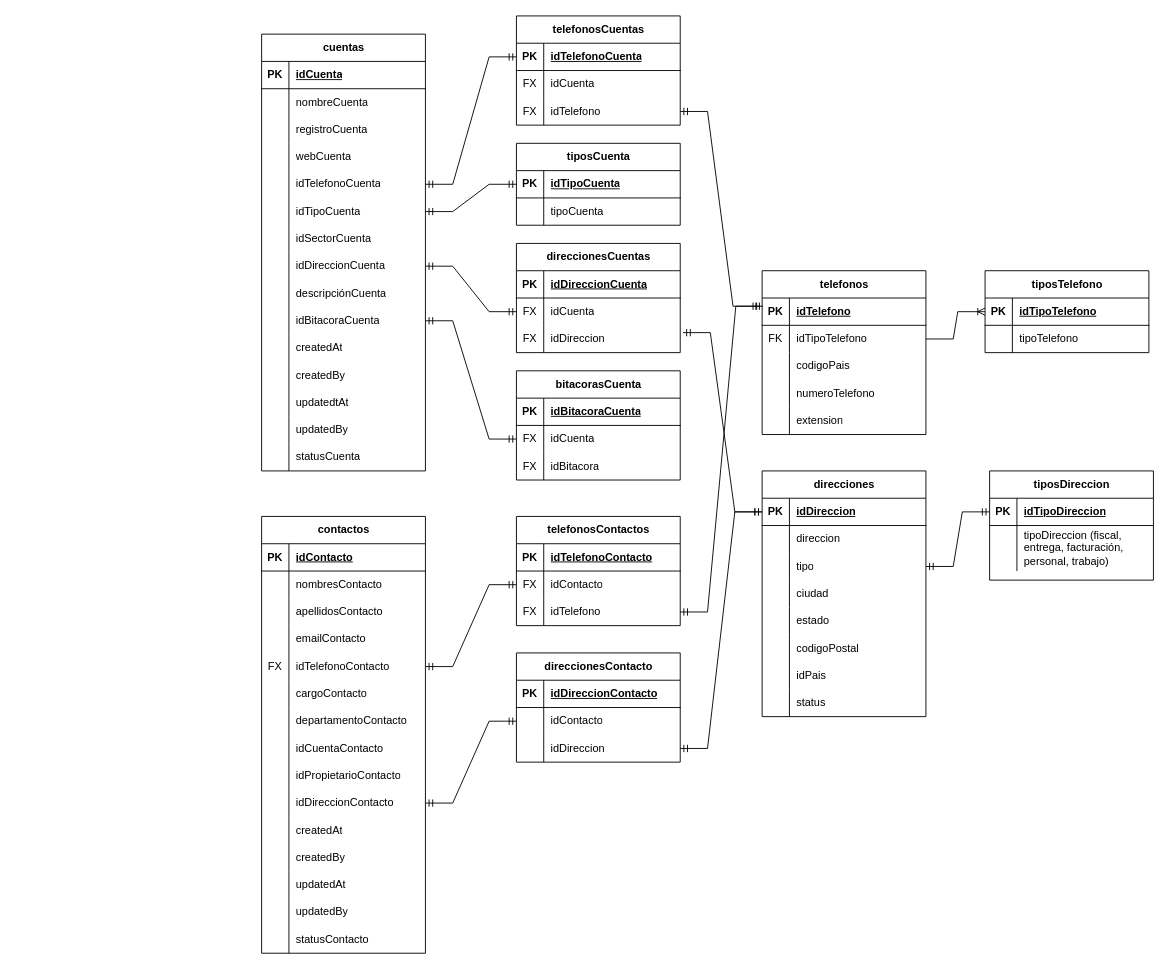
Above: bd people.drawio in ocpdata/BDPeople (draw.io), before the change. Source tidied: cells renumbered, new cells numbered last; positions are measured from the earlier drawing's top-left corner, leaving out a move shared by most shapes. Both pictures are drawn from the tidied source at 91%, with x=0, y=0 at pixel (261, 15).
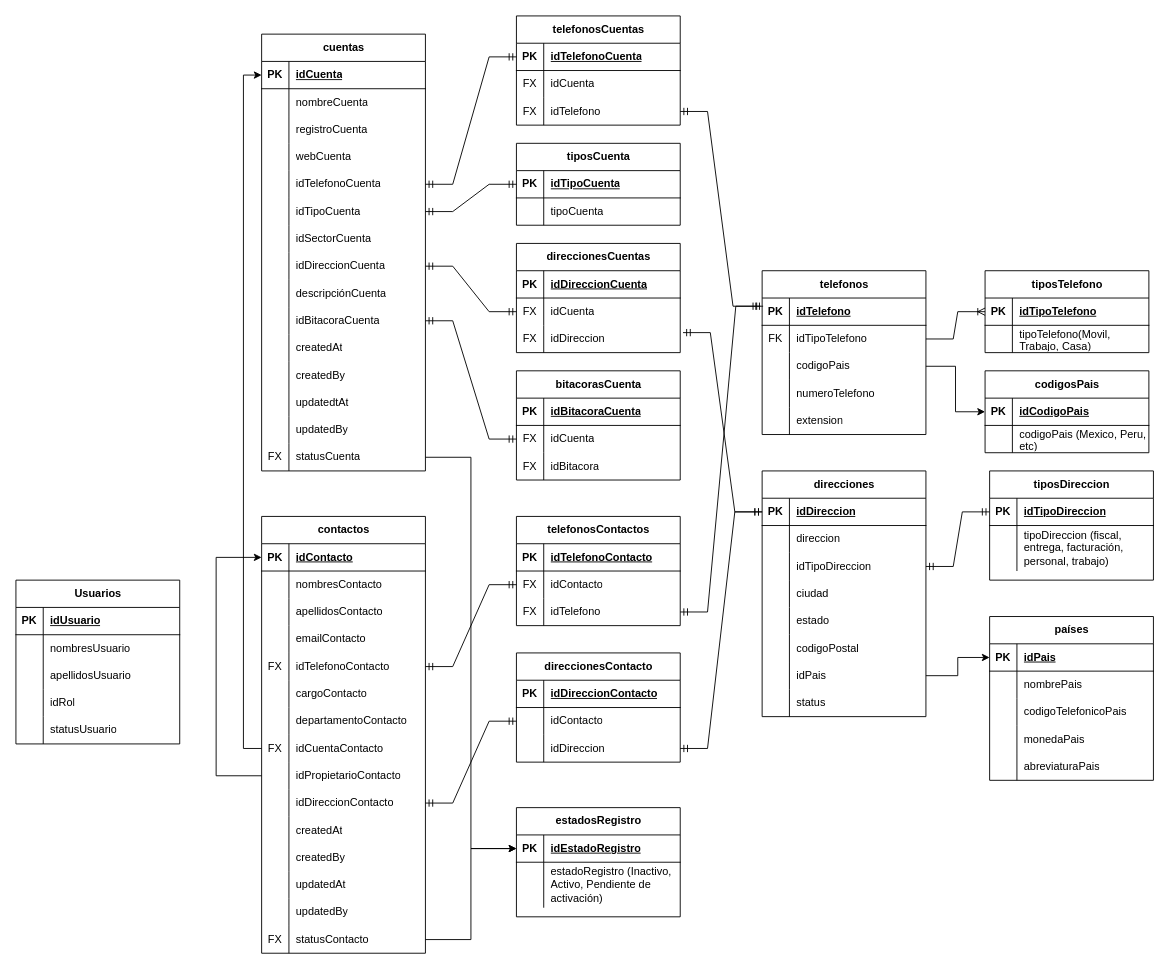
The same page after the edit.

Unchanged cells that the change refers to:
```xml
<mxCell id="3" style="shape=tableRow;horizontal=0;startSize=0;swimlaneHead=0;swimlaneBody=0;fillColor=none;points=[[0,0.5],[1,0.5]];portConstraint=eastwest;top=0;left=0;right=0;bottom=1;" parent="2" vertex="1">
  <mxGeometry y="30" width="180" height="30" as="geometry" />
</mxCell>
<mxCell id="45" style="shape=tableRow;horizontal=0;startSize=0;swimlaneHead=0;swimlaneBody=0;fillColor=none;points=[[0,0.5],[1,0.5]];portConstraint=eastwest;top=0;left=0;right=0;bottom=0;" parent="2" vertex="1">
  <mxGeometry y="450" width="180" height="30" as="geometry" />
</mxCell>
<mxCell id="49" style="shape=tableRow;horizontal=0;startSize=0;swimlaneHead=0;swimlaneBody=0;fillColor=none;points=[[0,0.5],[1,0.5]];portConstraint=eastwest;top=0;left=0;right=0;bottom=1;" parent="48" vertex="1">
  <mxGeometry y="30" width="180" height="30" as="geometry" />
</mxCell>
<mxCell id="70" style="shape=tableRow;horizontal=0;startSize=0;swimlaneHead=0;swimlaneBody=0;fillColor=none;points=[[0,0.5],[1,0.5]];portConstraint=eastwest;top=0;left=0;right=0;bottom=0;" parent="48" vertex="1">
  <mxGeometry y="240" width="180" height="30" as="geometry" />
</mxCell>
<mxCell id="73" style="shape=tableRow;horizontal=0;startSize=0;swimlaneHead=0;swimlaneBody=0;fillColor=none;points=[[0,0.5],[1,0.5]];portConstraint=eastwest;top=0;left=0;right=0;bottom=0;" parent="48" vertex="1">
  <mxGeometry y="270" width="180" height="30" as="geometry" />
</mxCell>
<mxCell id="91" style="shape=tableRow;horizontal=0;startSize=0;swimlaneHead=0;swimlaneBody=0;fillColor=none;points=[[0,0.5],[1,0.5]];portConstraint=eastwest;top=0;left=0;right=0;bottom=0;" parent="48" vertex="1">
  <mxGeometry y="450" width="180" height="30" as="geometry" />
</mxCell>
<mxCell id="101" style="shape=tableRow;horizontal=0;startSize=0;swimlaneHead=0;swimlaneBody=0;fillColor=none;points=[[0,0.5],[1,0.5]];portConstraint=eastwest;top=0;left=0;right=0;bottom=0;" parent="94" vertex="1">
  <mxGeometry y="90" width="180" height="30" as="geometry" />
</mxCell>
<mxCell id="113" style="shape=tableRow;horizontal=0;startSize=0;swimlaneHead=0;swimlaneBody=0;fillColor=none;points=[[0,0.5],[1,0.5]];portConstraint=eastwest;top=0;left=0;right=0;bottom=0;" parent="94" vertex="1">
  <mxGeometry y="210" width="180" height="30" as="geometry" />
</mxCell>
<mxCell id="126" style="shape=tableRow;horizontal=0;startSize=0;swimlaneHead=0;swimlaneBody=0;fillColor=none;points=[[0,0.5],[1,0.5]];portConstraint=eastwest;top=0;left=0;right=0;bottom=0;" parent="119" vertex="1">
  <mxGeometry y="90" width="180" height="30" as="geometry" />
</mxCell>
<mxCell id="139" style="shape=tableRow;horizontal=0;startSize=0;swimlaneHead=0;swimlaneBody=0;fillColor=none;top=0;left=0;right=0;bottom=0;" parent="135" vertex="1">
  <mxGeometry y="60" width="180" height="30" as="geometry" />
</mxCell>
```

What changed in the source:
```diff
@@
-    <mxCell id="46" style="shape=partialRectangle;fillColor=none;top=0;left=0;bottom=0;right=0;overflow=hidden;whiteSpace=wrap;html=1;" parent="45" vertex="1">
+    <mxCell id="46" value="FX" style="shape=partialRectangle;fillColor=none;top=0;left=0;bottom=0;right=0;overflow=hidden;whiteSpace=wrap;html=1;" parent="45" vertex="1">
       <mxGeometry width="30" height="30" as="geometry" />
     </mxCell>
@@
-    <mxCell id="71" style="shape=partialRectangle;fillColor=none;top=0;left=0;bottom=0;right=0;overflow=hidden;whiteSpace=wrap;html=1;" parent="70" vertex="1">
+    <mxCell id="71" value="FX" style="shape=partialRectangle;fillColor=none;top=0;left=0;bottom=0;right=0;overflow=hidden;whiteSpace=wrap;html=1;" parent="70" vertex="1">
       <mxGeometry width="30" height="30" as="geometry" />
     </mxCell>
@@
-    <mxCell id="92" style="shape=partialRectangle;fillColor=none;top=0;left=0;bottom=0;right=0;overflow=hidden;whiteSpace=wrap;html=1;" parent="91" vertex="1">
+    <mxCell id="92" value="FX" style="shape=partialRectangle;fillColor=none;top=0;left=0;bottom=0;right=0;overflow=hidden;whiteSpace=wrap;html=1;" parent="91" vertex="1">
       <mxGeometry width="30" height="30" as="geometry" />
     </mxCell>
@@
-    <mxCell id="103" value="tipo" style="shape=partialRectangle;fillColor=none;top=0;left=0;bottom=0;right=0;align=left;spacingLeft=6;overflow=hidden;whiteSpace=wrap;html=1;" parent="101" vertex="1">
+    <mxCell id="103" value="idTipoDireccion" style="shape=partialRectangle;fillColor=none;top=0;left=0;bottom=0;right=0;align=left;spacingLeft=6;overflow=hidden;whiteSpace=wrap;html=1;" parent="101" vertex="1">
       <mxGeometry x="30" width="150" height="30" as="geometry" />
     </mxCell>
@@
-    <mxCell id="141" value="tipoTelefono" style="shape=partialRectangle;fillColor=none;top=0;left=0;bottom=0;right=0;align=left;spacingLeft=6;overflow=hidden;whiteSpace=wrap;html=1;" parent="139" vertex="1">
+    <mxCell id="141" value="tipoTelefono(Movil, Trabajo, Casa)" style="shape=partialRectangle;fillColor=none;top=0;left=0;bottom=0;right=0;align=left;spacingLeft=6;overflow=hidden;whiteSpace=wrap;html=1;" parent="139" vertex="1">
       <mxGeometry x="30" width="150" height="30" as="geometry" />
     </mxCell>
@@
+    <mxCell id="218" style="edgeStyle=orthogonalEdgeStyle;rounded=0;jettySize=auto;html=1;exitX=0;exitY=0.5;exitDx=0;exitDy=0;entryX=0;entryY=0.5;entryDx=0;entryDy=0;" parent="1" edge="1" source="73" target="49">
+      <mxGeometry relative="1" as="geometry">
+        <Array as="points">
+          <mxPoint x="-50" y="835" />
+          <mxPoint x="-50" y="595" />
+        </Array>
+      </mxGeometry>
+    </mxCell>
@@
+    <mxCell id="219" value="codigosPais" style="shape=table;startSize=30;childLayout=tableLayout;rowLines=0;fontStyle=1;align=center;html=1;" parent="1" vertex="1">
+      <mxGeometry x="795" y="390" width="180" height="90" as="geometry" />
+    </mxCell>
+    <mxCell id="220" style="shape=tableRow;horizontal=0;startSize=0;swimlaneHead=0;swimlaneBody=0;fillColor=none;points=[[0,0.5],[1,0.5]];portConstraint=eastwest;top=0;left=0;right=0;bottom=1;" parent="219" vertex="1">
+      <mxGeometry y="30" width="180" height="30" as="geometry" />
+    </mxCell>
+    <mxCell id="221" value="PK" style="shape=partialRectangle;fillColor=none;top=0;left=0;bottom=0;right=0;fontStyle=1;overflow=hidden;whiteSpace=wrap;html=1;" parent="220" vertex="1">
+      <mxGeometry width="30" height="30" as="geometry" />
+    </mxCell>
+    <mxCell id="222" value="idCodigoPais" style="shape=partialRectangle;fillColor=none;top=0;left=0;bottom=0;right=0;align=left;spacingLeft=6;fontStyle=5;overflow=hidden;whiteSpace=wrap;html=1;" parent="220" vertex="1">
+      <mxGeometry x="30" width="150" height="30" as="geometry" />
+    </mxCell>
+    <mxCell id="223" style="shape=tableRow;horizontal=0;startSize=0;swimlaneHead=0;swimlaneBody=0;fillColor=none;top=0;left=0;right=0;bottom=0;" parent="219" vertex="1">
+      <mxGeometry y="60" width="180" height="30" as="geometry" />
+    </mxCell>
+    <mxCell id="224" style="shape=partialRectangle;fillColor=none;top=0;left=0;bottom=0;right=0;overflow=hidden;whiteSpace=wrap;html=1;" parent="223" vertex="1">
+      <mxGeometry width="30" height="30" as="geometry" />
+    </mxCell>
+    <mxCell id="225" value="codigoPais (Mexico, Peru, etc)" style="shape=partialRectangle;fillColor=none;top=0;left=0;bottom=0;right=0;align=left;spacingLeft=6;overflow=hidden;whiteSpace=wrap;html=1;" parent="223" vertex="1">
+      <mxGeometry x="30" width="150" height="30" as="geometry" />
+    </mxCell>
+    <mxCell id="226" style="edgeStyle=orthogonalEdgeStyle;rounded=0;jettySize=auto;html=1;exitX=1;exitY=0.5;exitDx=0;exitDy=0;entryX=0;entryY=0.5;entryDx=0;entryDy=0;" parent="1" edge="1" source="126" target="220">
+      <mxGeometry relative="1" as="geometry" />
+    </mxCell>
+    <mxCell id="227" value="países" style="shape=table;startSize=30;childLayout=tableLayout;rowLines=0;fontStyle=1;align=center;html=1;" parent="1" vertex="1">
+      <mxGeometry x="800" y="660" width="180" height="180" as="geometry" />
+    </mxCell>
+    <mxCell id="228" style="shape=tableRow;horizontal=0;startSize=0;swimlaneHead=0;swimlaneBody=0;fillColor=none;points=[[0,0.5],[1,0.5]];portConstraint=eastwest;top=0;left=0;right=0;bottom=1;" parent="227" vertex="1">
+      <mxGeometry y="30" width="180" height="30" as="geometry" />
+    </mxCell>
+    <mxCell id="229" value="PK" style="shape=partialRectangle;fillColor=none;top=0;left=0;bottom=0;right=0;fontStyle=1;overflow=hidden;whiteSpace=wrap;html=1;" parent="228" vertex="1">
+      <mxGeometry width="30" height="30" as="geometry" />
+    </mxCell>
+    <mxCell id="230" value="idPais" style="shape=partialRectangle;fillColor=none;top=0;left=0;bottom=0;right=0;align=left;spacingLeft=6;fontStyle=5;overflow=hidden;whiteSpace=wrap;html=1;" parent="228" vertex="1">
+      <mxGeometry x="30" width="150" height="30" as="geometry" />
+    </mxCell>
+    <mxCell id="231" style="shape=tableRow;horizontal=0;startSize=0;swimlaneHead=0;swimlaneBody=0;fillColor=none;top=0;left=0;right=0;bottom=0;" parent="227" vertex="1">
+      <mxGeometry y="60" width="180" height="30" as="geometry" />
+    </mxCell>
+    <mxCell id="232" style="shape=partialRectangle;fillColor=none;top=0;left=0;bottom=0;right=0;overflow=hidden;whiteSpace=wrap;html=1;" parent="231" vertex="1">
+      <mxGeometry width="30" height="30" as="geometry" />
+    </mxCell>
+    <mxCell id="233" value="nombrePais" style="shape=partialRectangle;fillColor=none;top=0;left=0;bottom=0;right=0;align=left;spacingLeft=6;overflow=hidden;whiteSpace=wrap;html=1;" parent="231" vertex="1">
+      <mxGeometry x="30" width="150" height="30" as="geometry" />
+    </mxCell>
+    <mxCell id="234" style="shape=tableRow;horizontal=0;startSize=0;swimlaneHead=0;swimlaneBody=0;fillColor=none;top=0;left=0;right=0;bottom=0;" parent="227" vertex="1">
+      <mxGeometry y="90" width="180" height="30" as="geometry" />
+    </mxCell>
+    <mxCell id="235" style="shape=partialRectangle;fillColor=none;top=0;left=0;bottom=0;right=0;overflow=hidden;whiteSpace=wrap;html=1;" parent="234" vertex="1">
+      <mxGeometry width="30" height="30" as="geometry" />
+    </mxCell>
+    <mxCell id="236" value="codigoTelefonicoPais" style="shape=partialRectangle;fillColor=none;top=0;left=0;bottom=0;right=0;align=left;spacingLeft=6;overflow=hidden;whiteSpace=wrap;html=1;" parent="234" vertex="1">
+      <mxGeometry x="30" width="150" height="30" as="geometry" />
+    </mxCell>
+    <mxCell id="237" style="shape=tableRow;horizontal=0;startSize=0;swimlaneHead=0;swimlaneBody=0;fillColor=none;top=0;left=0;right=0;bottom=0;" parent="227" vertex="1">
+      <mxGeometry y="120" width="180" height="30" as="geometry" />
+    </mxCell>
+    <mxCell id="238" style="shape=partialRectangle;fillColor=none;top=0;left=0;bottom=0;right=0;overflow=hidden;whiteSpace=wrap;html=1;" parent="237" vertex="1">
+      <mxGeometry width="30" height="30" as="geometry" />
+    </mxCell>
+    <mxCell id="239" value="monedaPais" style="shape=partialRectangle;fillColor=none;top=0;left=0;bottom=0;right=0;align=left;spacingLeft=6;overflow=hidden;whiteSpace=wrap;html=1;" parent="237" vertex="1">
+      <mxGeometry x="30" width="150" height="30" as="geometry" />
+    </mxCell>
+    <mxCell id="240" style="shape=tableRow;horizontal=0;startSize=0;swimlaneHead=0;swimlaneBody=0;fillColor=none;top=0;left=0;right=0;bottom=0;" parent="227" vertex="1">
+      <mxGeometry y="150" width="180" height="30" as="geometry" />
+    </mxCell>
+    <mxCell id="241" style="shape=partialRectangle;fillColor=none;top=0;left=0;bottom=0;right=0;overflow=hidden;whiteSpace=wrap;html=1;" parent="240" vertex="1">
+      <mxGeometry width="30" height="30" as="geometry" />
+    </mxCell>
+    <mxCell id="242" value="abreviaturaPais" style="shape=partialRectangle;fillColor=none;top=0;left=0;bottom=0;right=0;align=left;spacingLeft=6;overflow=hidden;whiteSpace=wrap;html=1;" parent="240" vertex="1">
+      <mxGeometry x="30" width="150" height="30" as="geometry" />
+    </mxCell>
+    <mxCell id="243" style="edgeStyle=orthogonalEdgeStyle;rounded=0;jettySize=auto;html=1;exitX=1;exitY=0.5;exitDx=0;exitDy=0;entryX=0;entryY=0.5;entryDx=0;entryDy=0;" parent="1" edge="1" source="113" target="228">
+      <mxGeometry relative="1" as="geometry" />
+    </mxCell>
+    <mxCell id="244" value="estadosRegistro" style="shape=table;startSize=30;childLayout=tableLayout;rowLines=0;fontStyle=1;align=center;html=1;" parent="1" vertex="1">
+      <mxGeometry x="280" y="870" width="180" height="120" as="geometry" />
+    </mxCell>
+    <mxCell id="245" style="shape=tableRow;horizontal=0;startSize=0;swimlaneHead=0;swimlaneBody=0;fillColor=none;points=[[0,0.5],[1,0.5]];portConstraint=eastwest;top=0;left=0;right=0;bottom=1;" parent="244" vertex="1">
+      <mxGeometry y="30" width="180" height="30" as="geometry" />
+    </mxCell>
+    <mxCell id="246" value="PK" style="shape=partialRectangle;fillColor=none;top=0;left=0;bottom=0;right=0;fontStyle=1;overflow=hidden;whiteSpace=wrap;html=1;" parent="245" vertex="1">
+      <mxGeometry width="30" height="30" as="geometry" />
+    </mxCell>
+    <mxCell id="247" value="idEstadoRegistro" style="shape=partialRectangle;fillColor=none;top=0;left=0;bottom=0;right=0;align=left;spacingLeft=6;fontStyle=5;overflow=hidden;whiteSpace=wrap;html=1;" parent="245" vertex="1">
+      <mxGeometry x="30" width="150" height="30" as="geometry" />
+    </mxCell>
+    <mxCell id="248" style="shape=tableRow;horizontal=0;startSize=0;swimlaneHead=0;swimlaneBody=0;fillColor=none;top=0;left=0;right=0;bottom=0;" parent="244" vertex="1">
+      <mxGeometry y="60" width="180" height="50" as="geometry" />
+    </mxCell>
+    <mxCell id="249" style="shape=partialRectangle;fillColor=none;top=0;left=0;bottom=0;right=0;overflow=hidden;whiteSpace=wrap;html=1;" parent="248" vertex="1">
+      <mxGeometry width="30" height="50" as="geometry" />
+    </mxCell>
+    <mxCell id="250" value="estadoRegistro (Inactivo, Activo, Pendiente de activación)" style="shape=partialRectangle;fillColor=none;top=0;left=0;bottom=0;right=0;align=left;spacingLeft=6;overflow=hidden;whiteSpace=wrap;html=1;" parent="248" vertex="1">
+      <mxGeometry x="30" width="150" height="50" as="geometry" />
+    </mxCell>
+    <mxCell id="251" style="edgeStyle=orthogonalEdgeStyle;rounded=0;jettySize=auto;html=1;exitX=0;exitY=0.5;exitDx=0;exitDy=0;entryX=0;entryY=0.5;entryDx=0;entryDy=0;" parent="1" edge="1" source="70" target="3">
+      <mxGeometry relative="1" as="geometry" />
+    </mxCell>
+    <mxCell id="252" style="edgeStyle=orthogonalEdgeStyle;rounded=0;jettySize=auto;html=1;exitX=1;exitY=0.5;exitDx=0;exitDy=0;entryX=0;entryY=0.5;entryDx=0;entryDy=0;" parent="1" edge="1" source="91" target="245">
+      <mxGeometry relative="1" as="geometry" />
+    </mxCell>
+    <mxCell id="253" style="edgeStyle=orthogonalEdgeStyle;rounded=0;jettySize=auto;html=1;exitX=1;exitY=0.5;exitDx=0;exitDy=0;entryX=0;entryY=0.5;entryDx=0;entryDy=0;" parent="1" edge="1" source="45" target="245">
+      <mxGeometry relative="1" as="geometry" />
+    </mxCell>
+    <mxCell id="254" value="Usuarios" style="shape=table;startSize=30;childLayout=tableLayout;rowLines=0;fontStyle=1;align=center;html=1;" parent="1" vertex="1">
+      <mxGeometry x="-270" y="620" width="180" height="180" as="geometry" />
+    </mxCell>
+    <mxCell id="255" style="shape=tableRow;horizontal=0;startSize=0;swimlaneHead=0;swimlaneBody=0;fillColor=none;top=0;left=0;right=0;bottom=1;" parent="254" vertex="1">
+      <mxGeometry y="30" width="180" height="30" as="geometry" />
+    </mxCell>
+    <mxCell id="256" value="PK" style="shape=partialRectangle;fillColor=none;top=0;left=0;bottom=0;right=0;fontStyle=1;overflow=hidden;whiteSpace=wrap;html=1;" parent="255" vertex="1">
+      <mxGeometry width="30" height="30" as="geometry" />
+    </mxCell>
+    <mxCell id="257" value="idUsuario" style="shape=partialRectangle;fillColor=none;top=0;left=0;bottom=0;right=0;align=left;spacingLeft=6;fontStyle=5;overflow=hidden;whiteSpace=wrap;html=1;" parent="255" vertex="1">
+      <mxGeometry x="30" width="150" height="30" as="geometry" />
+    </mxCell>
+    <mxCell id="258" style="shape=tableRow;horizontal=0;startSize=0;swimlaneHead=0;swimlaneBody=0;fillColor=none;top=0;left=0;right=0;bottom=0;" parent="254" vertex="1">
+      <mxGeometry y="60" width="180" height="30" as="geometry" />
+    </mxCell>
+    <mxCell id="259" style="shape=partialRectangle;fillColor=none;top=0;left=0;bottom=0;right=0;overflow=hidden;whiteSpace=wrap;html=1;" parent="258" vertex="1">
+      <mxGeometry width="30" height="30" as="geometry" />
+    </mxCell>
+    <mxCell id="260" value="nombresUsuario" style="shape=partialRectangle;fillColor=none;top=0;left=0;bottom=0;right=0;align=left;spacingLeft=6;overflow=hidden;whiteSpace=wrap;html=1;" parent="258" vertex="1">
+      <mxGeometry x="30" width="150" height="30" as="geometry" />
+    </mxCell>
+    <mxCell id="261" style="shape=tableRow;horizontal=0;startSize=0;swimlaneHead=0;swimlaneBody=0;fillColor=none;top=0;left=0;right=0;bottom=0;" parent="254" vertex="1">
+      <mxGeometry y="90" width="180" height="30" as="geometry" />
+    </mxCell>
+    <mxCell id="262" style="shape=partialRectangle;fillColor=none;top=0;left=0;bottom=0;right=0;overflow=hidden;whiteSpace=wrap;html=1;" parent="261" vertex="1">
+      <mxGeometry width="30" height="30" as="geometry" />
+    </mxCell>
+    <mxCell id="263" value="apellidosUsuario" style="shape=partialRectangle;fillColor=none;top=0;left=0;bottom=0;right=0;align=left;spacingLeft=6;overflow=hidden;whiteSpace=wrap;html=1;" parent="261" vertex="1">
+      <mxGeometry x="30" width="150" height="30" as="geometry" />
+    </mxCell>
+    <mxCell id="264" style="shape=tableRow;horizontal=0;startSize=0;swimlaneHead=0;swimlaneBody=0;fillColor=none;top=0;left=0;right=0;bottom=0;" parent="254" vertex="1">
+      <mxGeometry y="120" width="180" height="30" as="geometry" />
+    </mxCell>
+    <mxCell id="265" style="shape=partialRectangle;fillColor=none;top=0;left=0;bottom=0;right=0;overflow=hidden;whiteSpace=wrap;html=1;" parent="264" vertex="1">
+      <mxGeometry width="30" height="30" as="geometry" />
+    </mxCell>
+    <mxCell id="266" value="idRol" style="shape=partialRectangle;fillColor=none;top=0;left=0;bottom=0;right=0;align=left;spacingLeft=6;overflow=hidden;whiteSpace=wrap;html=1;" parent="264" vertex="1">
+      <mxGeometry x="30" width="150" height="30" as="geometry" />
+    </mxCell>
+    <mxCell id="267" style="shape=tableRow;horizontal=0;startSize=0;swimlaneHead=0;swimlaneBody=0;fillColor=none;top=0;left=0;right=0;bottom=0;" parent="254" vertex="1">
+      <mxGeometry y="150" width="180" height="30" as="geometry" />
+    </mxCell>
+    <mxCell id="268" style="shape=partialRectangle;fillColor=none;top=0;left=0;bottom=0;right=0;overflow=hidden;whiteSpace=wrap;html=1;" parent="267" vertex="1">
+      <mxGeometry width="30" height="30" as="geometry" />
+    </mxCell>
+    <mxCell id="269" value="statusUsuario" style="shape=partialRectangle;fillColor=none;top=0;left=0;bottom=0;right=0;align=left;spacingLeft=6;overflow=hidden;whiteSpace=wrap;html=1;" parent="267" vertex="1">
+      <mxGeometry x="30" width="150" height="30" as="geometry" />
+    </mxCell>
```
